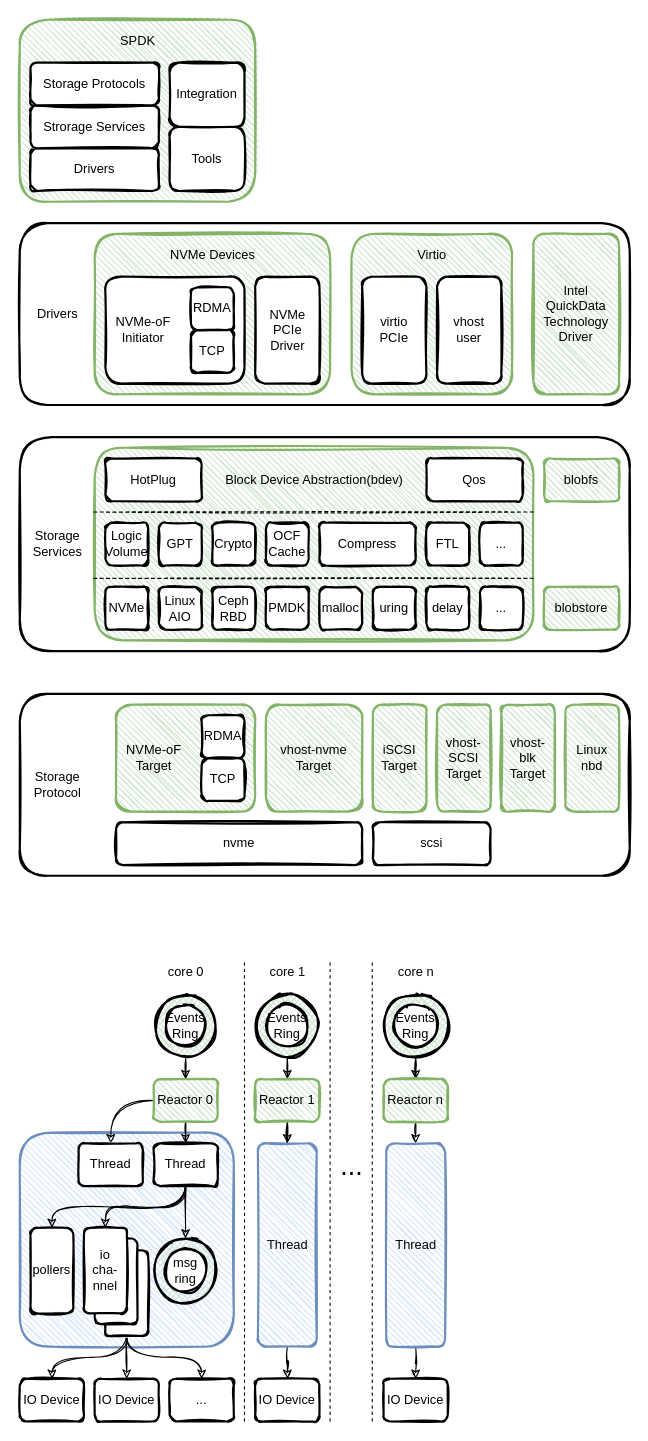
Before: page "spdk" (1 of 6) of spdk/spdk.drawio in EarthWind/deeparch, a draw.io diagram. Source tidied: cells renumbered, new cells numbered last; positions are measured from the earlier drawing's top-left corner, leaving out a move shared by most shapes. Both pictures are drawn from the tidied source at 107%, with x=0, y=0 at pixel (19, 19).
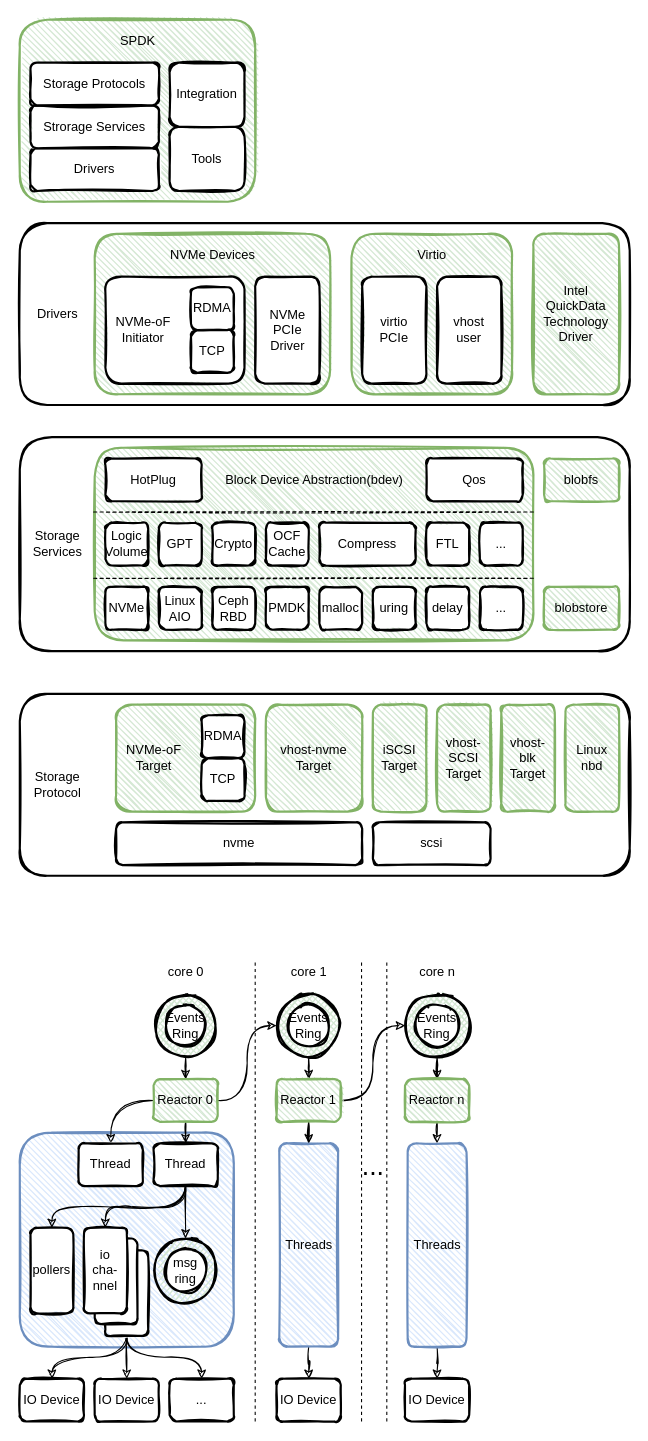
The same diagram, later.

The change refers to these unchanged cells:
```xml
<mxCell id="75" value="Reactor 0" style="rounded=1;whiteSpace=wrap;html=1;strokeWidth=2;fillWeight=1;hachureGap=4;hachureAngle=45;sketch=1;fillColor=#d5e8d4;strokeColor=#82b366;" parent="1" vertex="1">
  <mxGeometry x="125" y="990" width="60" height="40" as="geometry" />
</mxCell>
```

The edit, as a diff of the source:
```diff
@@
     <mxCell id="2" style="ellipse;whiteSpace=wrap;html=1;sketch=1;strokeWidth=2;fillColor=#d5e8d4;fillWeight=1;hachureGap=4;strokeColor=none;hachureAngle=45;" parent="1" vertex="1">
-      <mxGeometry x="340" y="910" width="60" height="60" as="geometry" />
+      <mxGeometry x="360" y="910" width="60" height="60" as="geometry" />
     </mxCell>
     <mxCell id="3" style="ellipse;whiteSpace=wrap;html=1;sketch=1;strokeWidth=2;fillColor=#d5e8d4;fillWeight=1;hachureGap=4;strokeColor=none;hachureAngle=45;" parent="1" vertex="1">
-      <mxGeometry x="220" y="910" width="60" height="60" as="geometry" />
+      <mxGeometry x="240" y="910" width="60" height="60" as="geometry" />
     </mxCell>
@@
+    <mxCell id="113" style="edgeStyle=orthogonalEdgeStyle;rounded=0;jettySize=auto;html=1;entryX=0;entryY=0.5;entryDx=0;entryDy=0;curved=1;sketch=1;" parent="1" edge="1" source="75" target="93">
+      <mxGeometry relative="1" as="geometry" />
+    </mxCell>
@@
     <mxCell id="90" style="endArrow=none;dashed=1;html=1;" parent="1" edge="1">
       <mxGeometry relative="1" as="geometry">
-        <mxPoint x="210" y="1310" as="sourcePoint" />
-        <mxPoint x="210" y="880" as="targetPoint" />
+        <mxPoint x="220" y="1310" as="sourcePoint" />
+        <mxPoint x="220" y="880" as="targetPoint" />
       </mxGeometry>
     </mxCell>
@@
     <mxCell id="93" style="ellipse;whiteSpace=wrap;html=1;sketch=1;strokeWidth=2;fillColor=#d5e8d4;fillWeight=1;hachureGap=4;" parent="1" vertex="1">
-      <mxGeometry x="220" y="910" width="60" height="60" as="geometry" />
+      <mxGeometry x="240" y="910" width="60" height="60" as="geometry" />
     </mxCell>
@@
+    <mxCell id="114" style="edgeStyle=orthogonalEdgeStyle;curved=1;rounded=0;sketch=1;jettySize=auto;html=1;entryX=0;entryY=0.5;entryDx=0;entryDy=0;" parent="1" edge="1" source="95" target="105">
+      <mxGeometry relative="1" as="geometry" />
+    </mxCell>
     <mxCell id="95" value="Reactor 1" style="rounded=1;whiteSpace=wrap;html=1;strokeWidth=2;fillWeight=1;hachureGap=4;hachureAngle=45;sketch=1;fillColor=#d5e8d4;strokeColor=#82b366;" parent="1" vertex="1">
-      <mxGeometry x="220" y="990" width="60" height="40" as="geometry" />
+      <mxGeometry x="240" y="990" width="60" height="40" as="geometry" />
     </mxCell>
     <mxCell id="96" value="Events&lt;br&gt;Ring" style="ellipse;whiteSpace=wrap;html=1;sketch=1;strokeWidth=2;" parent="1" vertex="1">
-      <mxGeometry x="230" y="920" width="40" height="40" as="geometry" />
+      <mxGeometry x="250" y="920" width="40" height="40" as="geometry" />
     </mxCell>
@@
-    <mxCell id="98" value="Thread" style="rounded=1;whiteSpace=wrap;html=1;strokeWidth=2;fillWeight=1;hachureGap=4;hachureAngle=45;sketch=1;fillColor=#dae8fc;strokeColor=#6c8ebf;" parent="1" vertex="1">
-      <mxGeometry x="222.5" y="1050" width="55" height="190" as="geometry" />
+    <mxCell id="98" value="Threads" style="rounded=1;whiteSpace=wrap;html=1;strokeWidth=2;fillWeight=1;hachureGap=4;hachureAngle=45;sketch=1;fillColor=#dae8fc;strokeColor=#6c8ebf;" parent="1" vertex="1">
+      <mxGeometry x="242.5" y="1050" width="55" height="190" as="geometry" />
     </mxCell>
     <mxCell id="99" value="IO Device" style="rounded=1;whiteSpace=wrap;html=1;strokeWidth=2;fillWeight=4;hachureGap=8;hachureAngle=45;sketch=1;fillColor=#FFFFFF;" parent="1" vertex="1">
-      <mxGeometry x="220" y="1270" width="60" height="40" as="geometry" />
+      <mxGeometry x="240" y="1270" width="60" height="40" as="geometry" />
     </mxCell>
     <mxCell id="100" value="core 1" style="text;html=1;align=center;verticalAlign=middle;strokeColor=none;" parent="1" vertex="1">
-      <mxGeometry x="225" y="880" width="50" height="20" as="geometry" />
+      <mxGeometry x="245" y="880" width="50" height="20" as="geometry" />
     </mxCell>
     <mxCell id="101" style="endArrow=none;dashed=1;html=1;" parent="1" edge="1">
       <mxGeometry relative="1" as="geometry">
-        <mxPoint x="290" y="1310" as="sourcePoint" />
-        <mxPoint x="290" y="880" as="targetPoint" />
+        <mxPoint x="319.4" y="1310" as="sourcePoint" />
+        <mxPoint x="319.4" y="880" as="targetPoint" />
       </mxGeometry>
     </mxCell>
     <mxCell id="102" style="endArrow=none;dashed=1;html=1;" parent="1" edge="1">
       <mxGeometry relative="1" as="geometry">
-        <mxPoint x="329.4" y="1310" as="sourcePoint" />
-        <mxPoint x="329.4" y="880" as="targetPoint" />
+        <mxPoint x="343" y="1310" as="sourcePoint" />
+        <mxPoint x="343" y="880" as="targetPoint" />
       </mxGeometry>
     </mxCell>
     <mxCell id="103" value="..." style="text;html=1;align=center;verticalAlign=middle;strokeColor=none;strokeWidth=1;fontSize=25;" parent="1" vertex="1">
-      <mxGeometry x="290" y="1050" width="40" height="40" as="geometry" />
+      <mxGeometry x="310" y="1050" width="40" height="40" as="geometry" />
     </mxCell>
@@
     <mxCell id="105" style="ellipse;whiteSpace=wrap;html=1;sketch=1;strokeWidth=2;fillColor=#d5e8d4;fillWeight=1;hachureGap=4;" parent="1" vertex="1">
-      <mxGeometry x="340" y="910" width="60" height="60" as="geometry" />
+      <mxGeometry x="360" y="910" width="60" height="60" as="geometry" />
     </mxCell>
     <mxCell id="106" style="edgeStyle=orthogonalEdgeStyle;rounded=0;sketch=1;jettySize=auto;html=1;entryX=0.5;entryY=0;entryDx=0;entryDy=0;" parent="1" edge="1" source="107">
       <mxGeometry relative="1" as="geometry">
-        <mxPoint x="370" y="1050" as="targetPoint" />
+        <mxPoint x="390" y="1050" as="targetPoint" />
       </mxGeometry>
     </mxCell>
     <mxCell id="107" value="Reactor n" style="rounded=1;whiteSpace=wrap;html=1;strokeWidth=2;fillWeight=1;hachureGap=4;hachureAngle=45;sketch=1;fillColor=#d5e8d4;strokeColor=#82b366;" parent="1" vertex="1">
-      <mxGeometry x="340" y="990" width="60" height="40" as="geometry" />
+      <mxGeometry x="360" y="990" width="60" height="40" as="geometry" />
     </mxCell>
     <mxCell id="108" value="Events&lt;br&gt;Ring" style="ellipse;whiteSpace=wrap;html=1;sketch=1;strokeWidth=2;" parent="1" vertex="1">
-      <mxGeometry x="350" y="920" width="40" height="40" as="geometry" />
+      <mxGeometry x="370" y="920" width="40" height="40" as="geometry" />
     </mxCell>
@@
-    <mxCell id="110" value="Thread" style="rounded=1;whiteSpace=wrap;html=1;strokeWidth=2;fillWeight=1;hachureGap=4;hachureAngle=45;sketch=1;fillColor=#dae8fc;strokeColor=#6c8ebf;" parent="1" vertex="1">
-      <mxGeometry x="342.5" y="1050" width="55" height="190" as="geometry" />
+    <mxCell id="110" value="Threads" style="rounded=1;whiteSpace=wrap;html=1;strokeWidth=2;fillWeight=1;hachureGap=4;hachureAngle=45;sketch=1;fillColor=#dae8fc;strokeColor=#6c8ebf;" parent="1" vertex="1">
+      <mxGeometry x="362.5" y="1050" width="55" height="190" as="geometry" />
     </mxCell>
     <mxCell id="111" value="IO Device" style="rounded=1;whiteSpace=wrap;html=1;strokeWidth=2;fillWeight=4;hachureGap=8;hachureAngle=45;sketch=1;fillColor=#FFFFFF;" parent="1" vertex="1">
-      <mxGeometry x="340" y="1270" width="60" height="40" as="geometry" />
+      <mxGeometry x="360" y="1270" width="60" height="40" as="geometry" />
     </mxCell>
     <mxCell id="112" value="core n" style="text;html=1;align=center;verticalAlign=middle;strokeColor=none;" parent="1" vertex="1">
-      <mxGeometry x="345" y="880" width="50" height="20" as="geometry" />
+      <mxGeometry x="365" y="880" width="50" height="20" as="geometry" />
     </mxCell>
```
